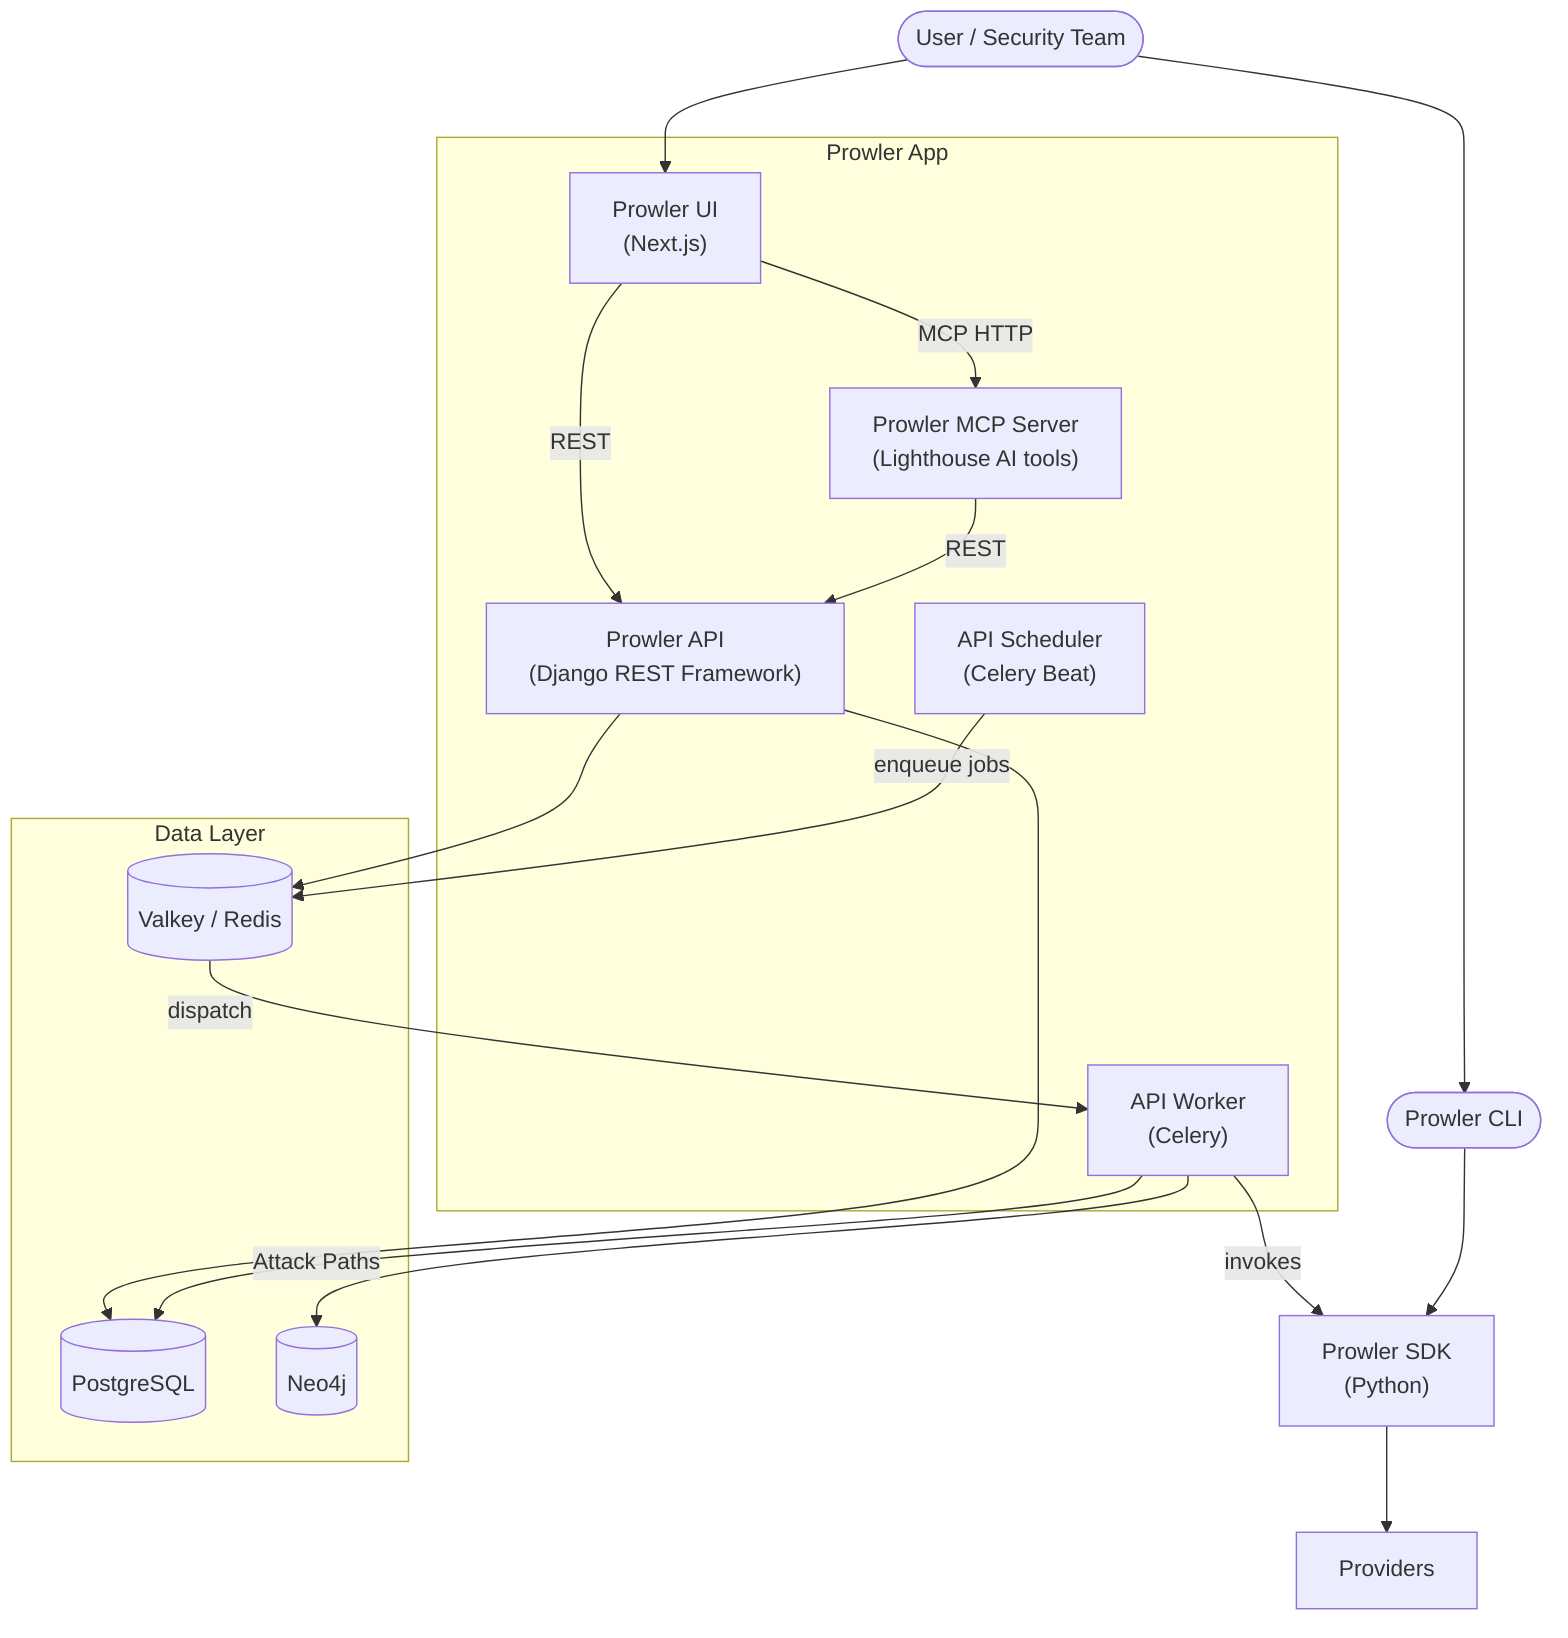
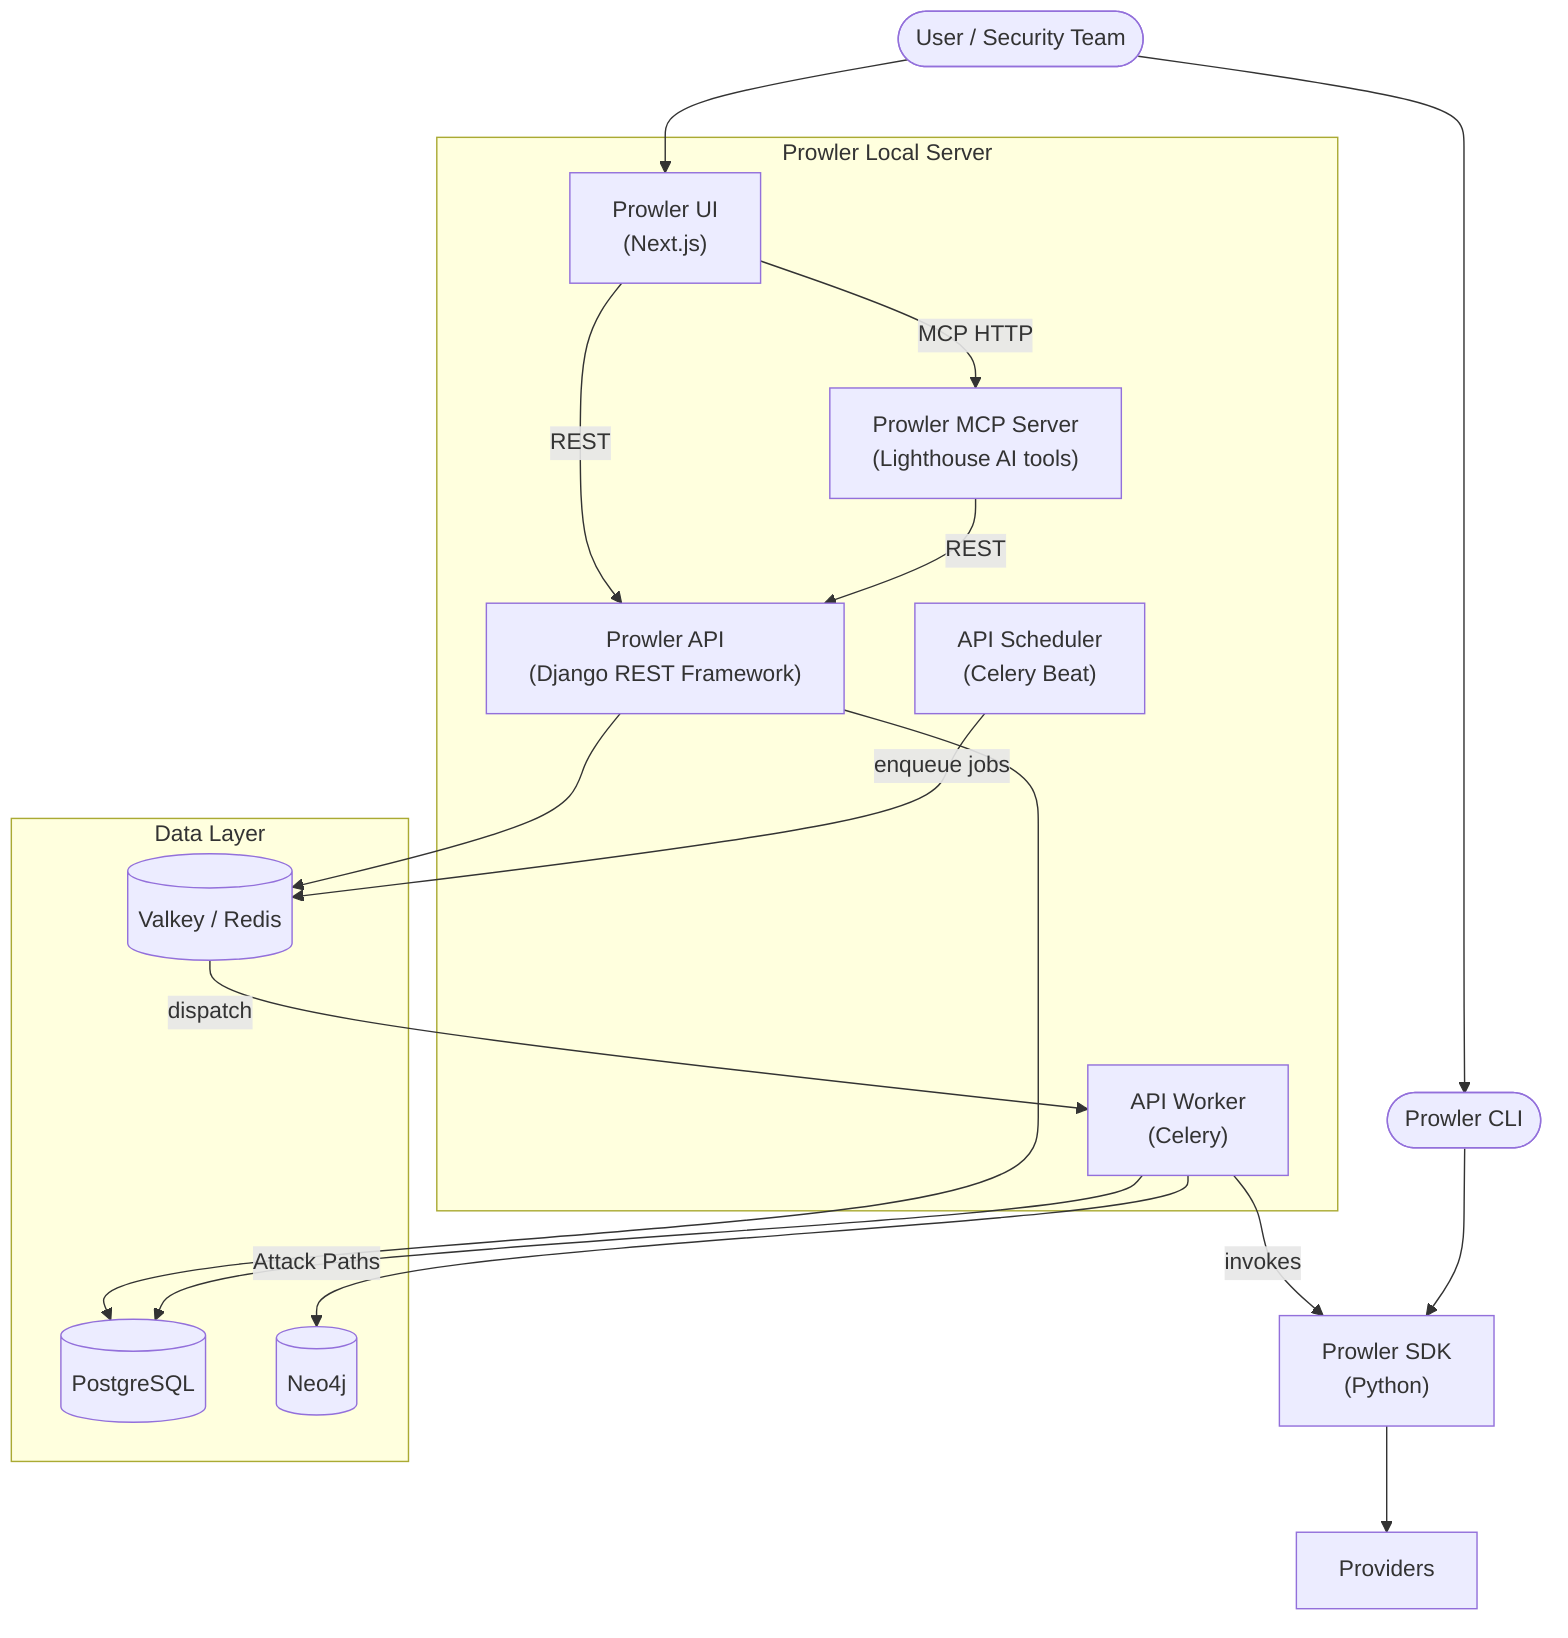
+ %% Source of truth for the root README PNG (re-render at https://mermaid.live).
+ %% The docs page getting-started/products/prowler-app.mdx inlines this diagram as a native mermaid block: keep both in sync.
flowchart TB
    user([User / Security Team])
    cli([Prowler CLI])

-     subgraph APP["Prowler App"]
+     subgraph APP["Prowler Local Server"]
        ui["Prowler UI<br/>(Next.js)"]
        api["Prowler API<br/>(Django REST Framework)"]
        worker["API Worker<br/>(Celery)"]
        beat["API Scheduler<br/>(Celery Beat)"]
        mcp["Prowler MCP Server<br/>(Lighthouse AI tools)"]
    end

    sdk["Prowler SDK<br/>(Python)"]

    subgraph DATA["Data Layer"]
        pg[("PostgreSQL")]
        valkey[("Valkey / Redis")]
        neo4j[("Neo4j")]
    end

    providers["Providers"]

    user --> ui
    user --> cli
    ui -->|REST| api
    ui -->|MCP HTTP| mcp
    mcp -->|REST| api
    api --> pg
    api --> valkey
    beat -->|enqueue jobs| valkey
    valkey -->|dispatch| worker
    worker --> pg
    worker -->|Attack Paths| neo4j
    worker -->|invokes| sdk
    cli --> sdk

    sdk --> providers
